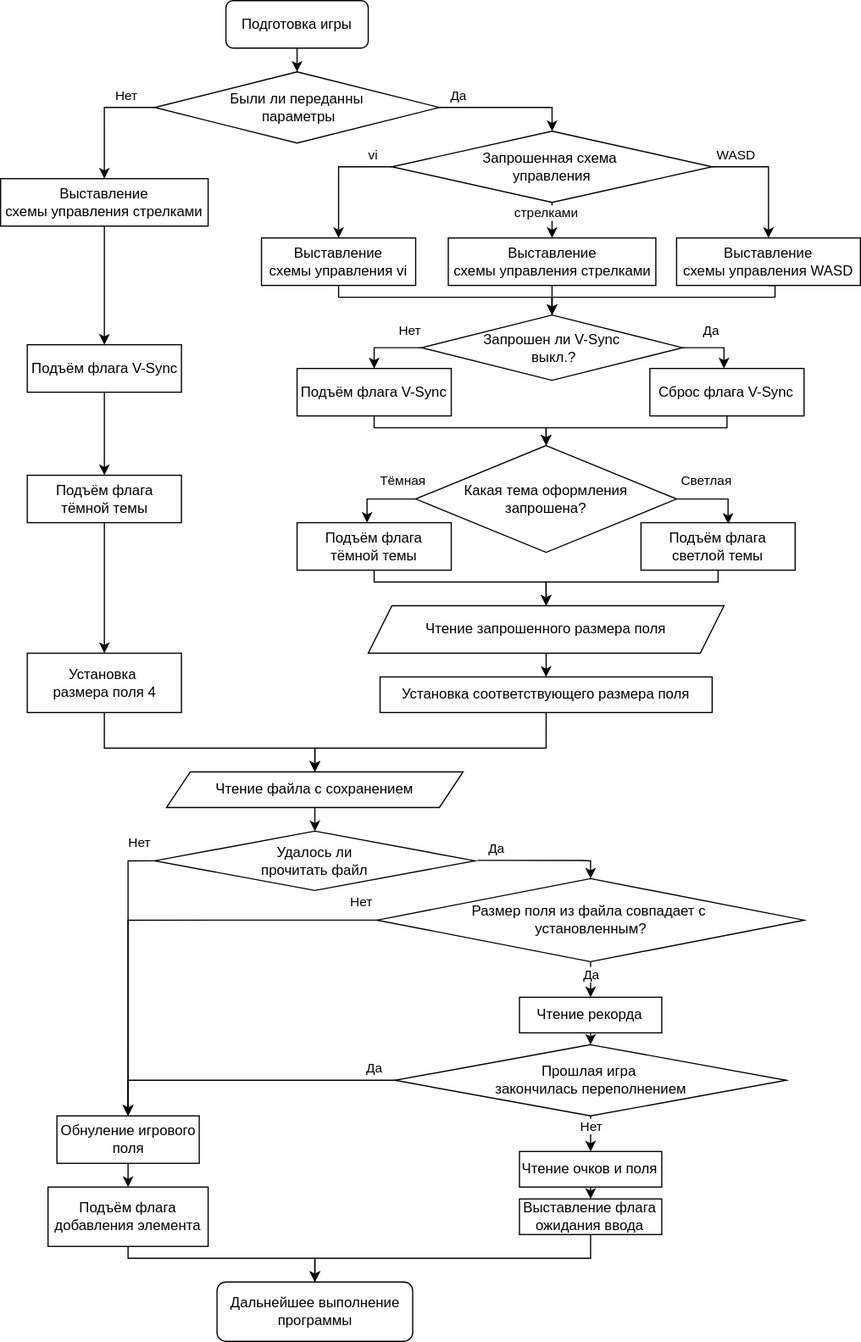
The draw.io diagram report/Установка параметров.drawio.svg in zhigunovsemyon/2048, before a commit. Source tidied: cells renumbered, new cells last; positions are measured from the earlier drawing's top-left corner, leaving out a move shared by most shapes.
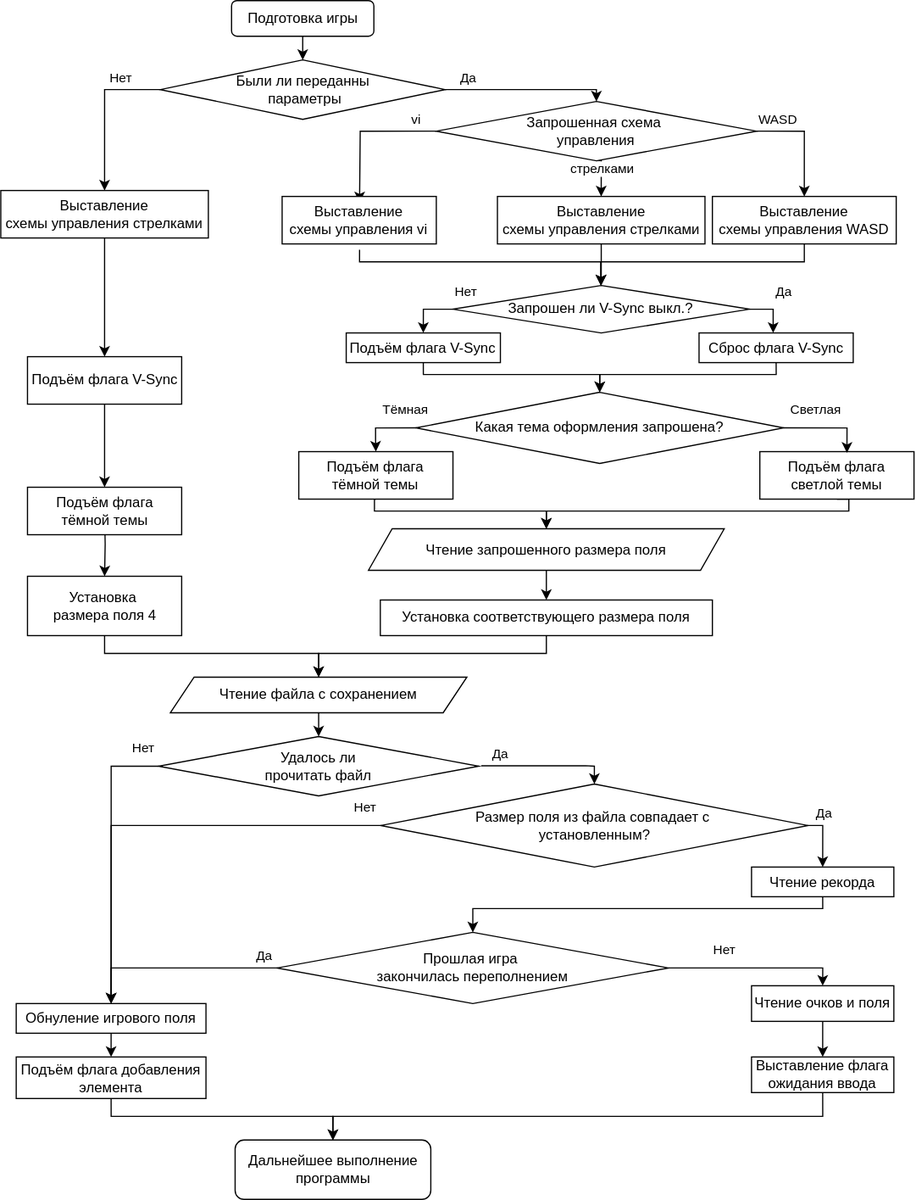
The same file after the commit.

Commit message:
Сжал схему с параметрами игры

What changed in the source:
```diff
@@ -8,9 +8,11 @@
     <mxCell id="3" value="Подготовка игры" style="rounded=1;whiteSpace=wrap;html=1;" parent="1" vertex="1">
-      <mxGeometry x="190" width="120" height="40" as="geometry" />
+      <mxGeometry x="194.6" y="-10" width="120" height="30" as="geometry" />
     </mxCell>
     <mxCell id="4" value="Дальнейшее выполнение программы" style="rounded=1;whiteSpace=wrap;html=1;" parent="1" vertex="1">
-      <mxGeometry x="182.5" y="1080" width="165" height="50" as="geometry" />
+      <mxGeometry x="197.6" y="950" width="165" height="50" as="geometry" />
     </mxCell>
-    <mxCell id="5" style="edgeStyle=orthogonalEdgeStyle;rounded=0;jettySize=auto;html=1;exitX=0;exitY=0.5;exitDx=0;exitDy=0;entryX=0.5;entryY=0;entryDx=0;entryDy=0;" parent="1" edge="1" source="11" target="13">
-      <mxGeometry relative="1" as="geometry" />
+    <mxCell id="5" style="edgeStyle=orthogonalEdgeStyle;rounded=0;jettySize=auto;html=1;exitX=0;exitY=0.5;exitDx=0;exitDy=0;entryX=0.5;entryY=0;entryDx=0;entryDy=0;" parent="1" edge="1" source="11">
+      <mxGeometry relative="1" as="geometry">
+        <mxPoint x="302.5" y="160" as="targetPoint" />
+      </mxGeometry>
     </mxCell>
@@ -29,6 +31,4 @@
     </mxCell>
-    <mxCell id="9" style="edgeStyle=orthogonalEdgeStyle;rounded=0;jettySize=auto;html=1;exitX=0.5;exitY=1;exitDx=0;exitDy=0;" parent="1" edge="1" source="11">
-      <mxGeometry relative="1" as="geometry">
-        <mxPoint x="465" y="200" as="targetPoint" />
-      </mxGeometry>
+    <mxCell id="9" style="edgeStyle=orthogonalEdgeStyle;rounded=0;jettySize=auto;html=1;exitX=0.5;exitY=1;exitDx=0;exitDy=0;entryX=0.5;entryY=0;entryDx=0;entryDy=0;" parent="1" edge="1" source="11" target="46">
+      <mxGeometry relative="1" as="geometry" />
     </mxCell>
@@ -36,3 +36,3 @@
       <mxGeometry x="-0.4" y="-2" relative="1" as="geometry">
-        <mxPoint x="-3" as="offset" />
+        <mxPoint x="2" as="offset" />
       </mxGeometry>
@@ -40,9 +40,11 @@
     <mxCell id="11" value="&lt;div&gt;Запрошенная схема&amp;nbsp;&lt;/div&gt;&lt;div&gt;управления&lt;/div&gt;" style="rhombus;whiteSpace=wrap;html=1;" parent="1" vertex="1">
-      <mxGeometry x="330" y="110" width="270" height="60" as="geometry" />
+      <mxGeometry x="367.2" y="75" width="270" height="50" as="geometry" />
     </mxCell>
-    <mxCell id="12" style="edgeStyle=orthogonalEdgeStyle;rounded=0;jettySize=auto;html=1;exitX=0.5;exitY=1;exitDx=0;exitDy=0;entryX=0.5;entryY=0;entryDx=0;entryDy=0;" parent="1" edge="1" source="13" target="22">
+    <mxCell id="12" style="edgeStyle=orthogonalEdgeStyle;rounded=0;jettySize=auto;html=1;exitX=0.5;exitY=1;exitDx=0;exitDy=0;entryX=0.5;entryY=0;entryDx=0;entryDy=0;" parent="1" edge="1" target="22">
       <mxGeometry relative="1" as="geometry">
+        <mxPoint x="302.5" y="200" as="sourcePoint" />
         <Array as="points">
-          <mxPoint x="285" y="250" />
-          <mxPoint x="465" y="250" />
+          <mxPoint x="303" y="210" />
+          <mxPoint x="506" y="210" />
+          <mxPoint x="506" y="230" />
         </Array>
@@ -51,3 +53,3 @@
     <mxCell id="13" value="&lt;div&gt;Выставление&lt;/div&gt;&lt;div&gt;схемы управления vi&lt;br&gt;&lt;/div&gt;" style="rounded=0;whiteSpace=wrap;html=1;" parent="1" vertex="1">
-      <mxGeometry x="220" y="200" width="130" height="40" as="geometry" />
+      <mxGeometry x="237.2" y="155" width="130" height="40" as="geometry" />
     </mxCell>
@@ -56,4 +58,4 @@
         <Array as="points">
-          <mxPoint x="465" y="290" />
-          <mxPoint x="465" y="290" />
+          <mxPoint x="506" y="200" />
+          <mxPoint x="506" y="200" />
         </Array>
@@ -61,8 +63,8 @@
     </mxCell>
-    <mxCell id="15" style="edgeStyle=orthogonalEdgeStyle;rounded=0;jettySize=auto;html=1;exitX=0.5;exitY=1;exitDx=0;exitDy=0;" parent="1" edge="1" source="16" target="22">
+    <mxCell id="15" style="edgeStyle=orthogonalEdgeStyle;rounded=0;jettySize=auto;html=1;exitX=0.5;exitY=1;exitDx=0;exitDy=0;entryX=0.5;entryY=0;entryDx=0;entryDy=0;" parent="1" edge="1" source="16" target="22">
       <mxGeometry relative="1" as="geometry">
         <Array as="points">
-          <mxPoint x="653" y="240" />
-          <mxPoint x="653" y="250" />
-          <mxPoint x="465" y="250" />
+          <mxPoint x="678" y="210" />
+          <mxPoint x="506" y="210" />
+          <mxPoint x="506" y="230" />
         </Array>
@@ -71,6 +73,10 @@
     <mxCell id="16" value="&lt;div&gt;Выставление&lt;/div&gt;&lt;div&gt;схемы управления WASD&lt;br&gt;&lt;/div&gt;" style="rounded=0;whiteSpace=wrap;html=1;" parent="1" vertex="1">
-      <mxGeometry x="570" y="200" width="155" height="40" as="geometry" />
+      <mxGeometry x="600" y="155" width="155" height="40" as="geometry" />
     </mxCell>
     <mxCell id="17" style="edgeStyle=orthogonalEdgeStyle;rounded=0;jettySize=auto;html=1;exitX=1;exitY=0.5;exitDx=0;exitDy=0;entryX=0.5;entryY=0;entryDx=0;entryDy=0;" parent="1" edge="1" source="21" target="11">
-      <mxGeometry relative="1" as="geometry" />
+      <mxGeometry relative="1" as="geometry">
+        <Array as="points">
+          <mxPoint x="502" y="65" />
+        </Array>
+      </mxGeometry>
     </mxCell>
@@ -90,6 +96,6 @@
     <mxCell id="21" value="&lt;div&gt;Были ли переданны&lt;/div&gt;&lt;div&gt;&amp;nbsp;параметры&lt;/div&gt;" style="rhombus;whiteSpace=wrap;html=1;" parent="1" vertex="1">
-      <mxGeometry x="130" y="60" width="240" height="60" as="geometry" />
+      <mxGeometry x="134.6" y="40" width="240" height="50" as="geometry" />
     </mxCell>
-    <mxCell id="22" value="&lt;div&gt;Запрошен ли V-Sync&lt;br&gt;&lt;/div&gt;&amp;nbsp;выкл.?" style="rhombus;whiteSpace=wrap;html=1;" parent="1" vertex="1">
-      <mxGeometry x="355" y="265" width="220" height="55" as="geometry" />
+    <mxCell id="22" value="&lt;div&gt;Запрошен ли V-Sync&lt;span style=&quot;background-color: initial;&quot;&gt;&amp;nbsp;выкл.?&lt;/span&gt;&lt;/div&gt;" style="rhombus;whiteSpace=wrap;html=1;" parent="1" vertex="1">
+      <mxGeometry x="381.2" y="230" width="250" height="40" as="geometry" />
     </mxCell>
@@ -98,4 +104,4 @@
         <Array as="points">
-          <mxPoint x="315" y="360" />
-          <mxPoint x="460" y="360" />
+          <mxPoint x="356" y="305" />
+          <mxPoint x="505" y="305" />
         </Array>
@@ -104,3 +110,3 @@
     <mxCell id="24" value="Подъём флага V-Sync" style="rounded=0;whiteSpace=wrap;html=1;" parent="1" vertex="1">
-      <mxGeometry x="250" y="310" width="130" height="40" as="geometry" />
+      <mxGeometry x="291.2" y="270" width="130" height="25" as="geometry" />
     </mxCell>
@@ -109,4 +115,4 @@
         <Array as="points">
-          <mxPoint x="613" y="360" />
-          <mxPoint x="460" y="360" />
+          <mxPoint x="654" y="305" />
+          <mxPoint x="505" y="305" />
         </Array>
@@ -115,3 +121,3 @@
     <mxCell id="26" value="Сброс флага V-Sync" style="rounded=0;whiteSpace=wrap;html=1;" parent="1" vertex="1">
-      <mxGeometry x="547.5" y="310" width="130" height="40" as="geometry" />
+      <mxGeometry x="588.8" y="270" width="130" height="25" as="geometry" />
     </mxCell>
@@ -120,3 +126,3 @@
         <Array as="points">
-          <mxPoint x="315" y="292" />
+          <mxPoint x="356.2" y="250" />
         </Array>
@@ -126,3 +132,3 @@
       <mxGeometry x="-0.64" y="-3" relative="1" as="geometry">
-        <mxPoint y="-12" as="offset" />
+        <mxPoint x="19" y="-12" as="offset" />
       </mxGeometry>
@@ -132,3 +138,3 @@
         <Array as="points">
-          <mxPoint x="610" y="292" />
+          <mxPoint x="651.2" y="250" />
         </Array>
@@ -138,7 +144,7 @@
       <mxGeometry x="-0.69" y="3" relative="1" as="geometry">
-        <mxPoint x="15" y="-12" as="offset" />
+        <mxPoint x="23" y="-12" as="offset" />
       </mxGeometry>
     </mxCell>
-    <mxCell id="31" value="&lt;div&gt;Какая тема оформления&lt;/div&gt;&lt;div&gt;запрошена?&lt;br&gt;&lt;/div&gt;" style="rhombus;whiteSpace=wrap;html=1;" parent="1" vertex="1">
-      <mxGeometry x="350" y="375" width="220" height="90" as="geometry" />
+    <mxCell id="31" value="&lt;div&gt;Какая тема оформления&amp;nbsp;&lt;span style=&quot;background-color: initial;&quot;&gt;запрошена?&lt;/span&gt;&lt;/div&gt;" style="rhombus;whiteSpace=wrap;html=1;" parent="1" vertex="1">
+      <mxGeometry x="350" y="320" width="310" height="60" as="geometry" />
     </mxCell>
@@ -147,4 +153,5 @@
         <Array as="points">
-          <mxPoint x="315" y="490" />
-          <mxPoint x="460" y="490" />
+          <mxPoint x="315" y="410" />
+          <mxPoint x="315" y="420" />
+          <mxPoint x="460" y="420" />
         </Array>
@@ -153,3 +160,3 @@
     <mxCell id="33" value="&lt;div&gt;Подъём флага&lt;/div&gt;&lt;div&gt;тёмной темы&lt;br&gt;&lt;/div&gt;" style="rounded=0;whiteSpace=wrap;html=1;" parent="1" vertex="1">
-      <mxGeometry x="250" y="440" width="130" height="40" as="geometry" />
+      <mxGeometry x="251.2" y="370" width="130" height="40" as="geometry" />
     </mxCell>
@@ -158,4 +165,5 @@
         <Array as="points">
-          <mxPoint x="605" y="490" />
-          <mxPoint x="460" y="490" />
+          <mxPoint x="715" y="410" />
+          <mxPoint x="715" y="420" />
+          <mxPoint x="460" y="420" />
         </Array>
@@ -164,8 +172,9 @@
     <mxCell id="35" value="&lt;div&gt;Подъём флага&lt;/div&gt;&lt;div&gt;светлой темы&lt;br&gt;&lt;/div&gt;" style="rounded=0;whiteSpace=wrap;html=1;" parent="1" vertex="1">
-      <mxGeometry x="540" y="440" width="130" height="40" as="geometry" />
+      <mxGeometry x="640" y="370" width="130" height="40" as="geometry" />
     </mxCell>
-    <mxCell id="36" style="edgeStyle=orthogonalEdgeStyle;rounded=0;jettySize=auto;html=1;exitX=0;exitY=0.5;exitDx=0;exitDy=0;entryX=0.454;entryY=0;entryDx=0;entryDy=0;entryPerimeter=0;" parent="1" edge="1" source="31" target="33">
+    <mxCell id="36" style="edgeStyle=orthogonalEdgeStyle;rounded=0;jettySize=auto;html=1;exitX=0;exitY=0.5;exitDx=0;exitDy=0;entryX=0.5;entryY=0;entryDx=0;entryDy=0;" parent="1" edge="1" source="31" target="33">
       <mxGeometry relative="1" as="geometry">
         <Array as="points">
-          <mxPoint x="309" y="420" />
+          <mxPoint x="316" y="350" />
+          <mxPoint x="316" y="360" />
         </Array>
@@ -190,9 +199,9 @@
     <mxCell id="41" value="Чтение запрошенного размера поля" style="shape=parallelogram;perimeter=parallelogramPerimeter;whiteSpace=wrap;html=1;fixedSize=1;" parent="1" vertex="1">
-      <mxGeometry x="310" y="510" width="300" height="40" as="geometry" />
+      <mxGeometry x="310" y="435" width="300" height="35" as="geometry" />
     </mxCell>
-    <mxCell id="42" style="edgeStyle=orthogonalEdgeStyle;rounded=0;jettySize=auto;html=1;exitX=0.5;exitY=1;exitDx=0;exitDy=0;" parent="1" edge="1" source="43" target="45">
+    <mxCell id="42" style="edgeStyle=orthogonalEdgeStyle;rounded=0;jettySize=auto;html=1;exitX=0.5;exitY=1;exitDx=0;exitDy=0;entryX=0.5;entryY=0;entryDx=0;entryDy=0;" parent="1" edge="1" source="43" target="45">
       <mxGeometry relative="1" as="geometry">
         <Array as="points">
-          <mxPoint x="460" y="630" />
-          <mxPoint x="265" y="630" />
+          <mxPoint x="460" y="540" />
+          <mxPoint x="268" y="540" />
         </Array>
@@ -201,3 +210,3 @@
     <mxCell id="43" value="Установка соответствующего размера поля" style="rounded=0;whiteSpace=wrap;html=1;" parent="1" vertex="1">
-      <mxGeometry x="320" y="570" width="280" height="30" as="geometry" />
+      <mxGeometry x="320" y="495" width="280" height="30" as="geometry" />
     </mxCell>
@@ -207,6 +216,6 @@
     <mxCell id="45" value="&lt;div&gt;Чтение файла с сохранением&lt;br&gt;&lt;/div&gt;" style="shape=parallelogram;perimeter=parallelogramPerimeter;whiteSpace=wrap;html=1;fixedSize=1;" parent="1" vertex="1">
-      <mxGeometry x="140" y="650" width="250" height="30" as="geometry" />
+      <mxGeometry x="143" y="560" width="250" height="30" as="geometry" />
     </mxCell>
     <mxCell id="46" value="&lt;div&gt;Выставление&lt;/div&gt;&lt;div&gt;схемы управления стрелками&lt;br&gt;&lt;/div&gt;" style="rounded=0;whiteSpace=wrap;html=1;" parent="1" vertex="1">
-      <mxGeometry x="377.5" y="200" width="175" height="40" as="geometry" />
+      <mxGeometry x="418.8" y="155" width="175" height="40" as="geometry" />
     </mxCell>
@@ -224,4 +233,6 @@
     </mxCell>
-    <mxCell id="51" style="edgeStyle=orthogonalEdgeStyle;rounded=0;jettySize=auto;html=1;exitX=0.5;exitY=1;exitDx=0;exitDy=0;entryX=0.5;entryY=0;entryDx=0;entryDy=0;" parent="1" edge="1" source="52" target="54">
-      <mxGeometry relative="1" as="geometry" />
+    <mxCell id="51" style="edgeStyle=orthogonalEdgeStyle;rounded=0;jettySize=auto;html=1;exitX=0.5;exitY=1;exitDx=0;exitDy=0;entryX=0.5;entryY=0;entryDx=0;entryDy=0;" parent="1" edge="1" target="54">
+      <mxGeometry relative="1" as="geometry">
+        <mxPoint x="87.5" y="420" as="sourcePoint" />
+      </mxGeometry>
     </mxCell>
@@ -233,4 +244,4 @@
         <Array as="points">
-          <mxPoint x="87" y="630" />
-          <mxPoint x="265" y="630" />
+          <mxPoint x="87" y="540" />
+          <mxPoint x="268" y="540" />
         </Array>
@@ -239,3 +250,3 @@
     <mxCell id="54" value="&lt;div&gt;Установка&amp;nbsp;&lt;/div&gt;&lt;div&gt;размера поля 4&lt;/div&gt;" style="rounded=0;whiteSpace=wrap;html=1;" parent="1" vertex="1">
-      <mxGeometry x="22.5" y="550" width="130" height="50" as="geometry" />
+      <mxGeometry x="22.5" y="475" width="130" height="50" as="geometry" />
     </mxCell>
@@ -245,3 +256,3 @@
     <mxCell id="56" value="Обнуление игрового поля" style="rounded=0;whiteSpace=wrap;html=1;" parent="1" vertex="1">
-      <mxGeometry x="47.5" y="940" width="120" height="40" as="geometry" />
+      <mxGeometry x="13" y="835" width="160" height="25" as="geometry" />
     </mxCell>
@@ -250,4 +261,4 @@
         <Array as="points">
-          <mxPoint x="490" y="725" />
-          <mxPoint x="498" y="725" />
+          <mxPoint x="493" y="635" />
+          <mxPoint x="501" y="635" />
         </Array>
@@ -269,5 +280,5 @@
     <mxCell id="61" value="&lt;div&gt;Удалось ли &lt;br&gt;&lt;/div&gt;&lt;div&gt;прочитать файл&lt;br&gt;&lt;/div&gt;" style="rhombus;whiteSpace=wrap;html=1;" parent="1" vertex="1">
-      <mxGeometry x="130" y="700" width="270" height="50" as="geometry" />
+      <mxGeometry x="133" y="610" width="270" height="50" as="geometry" />
     </mxCell>
-    <mxCell id="62" style="edgeStyle=orthogonalEdgeStyle;rounded=0;jettySize=auto;html=1;exitX=0.5;exitY=1;exitDx=0;exitDy=0;entryX=0.5;entryY=0;entryDx=0;entryDy=0;" parent="1" edge="1" source="66" target="75">
+    <mxCell id="62" style="edgeStyle=orthogonalEdgeStyle;rounded=0;jettySize=auto;html=1;exitX=1;exitY=0.5;exitDx=0;exitDy=0;entryX=0.5;entryY=0;entryDx=0;entryDy=0;" parent="1" edge="1" source="66" target="75">
       <mxGeometry relative="1" as="geometry" />
@@ -275,3 +286,5 @@
     <mxCell id="63" value="Да" style="edgeLabel;html=1;align=center;verticalAlign=middle;" parent="62" vertex="1">
-      <mxGeometry x="-0.31" relative="1" as="geometry" />
+      <mxGeometry x="-0.31" relative="1" as="geometry">
+        <mxPoint y="-14" as="offset" />
+      </mxGeometry>
     </mxCell>
@@ -286,9 +299,10 @@
     <mxCell id="66" value="&lt;div&gt;Размер поля из файла совпадает с&amp;nbsp;&lt;/div&gt;&lt;div&gt;установленным?&lt;/div&gt;" style="rhombus;whiteSpace=wrap;html=1;" parent="1" vertex="1">
-      <mxGeometry x="317.5" y="740" width="360" height="70" as="geometry" />
+      <mxGeometry x="320.5" y="650" width="360" height="70" as="geometry" />
     </mxCell>
-    <mxCell id="67" style="edgeStyle=orthogonalEdgeStyle;rounded=0;jettySize=auto;html=1;exitX=0.5;exitY=1;exitDx=0;exitDy=0;" parent="1" edge="1" source="68" target="4">
+    <mxCell id="67" style="edgeStyle=orthogonalEdgeStyle;rounded=0;jettySize=auto;html=1;exitX=0.5;exitY=1;exitDx=0;exitDy=0;entryX=0.5;entryY=0;entryDx=0;entryDy=0;" parent="1" edge="1" source="68" target="4">
       <mxGeometry relative="1" as="geometry">
         <Array as="points">
-          <mxPoint x="108" y="1060" />
-          <mxPoint x="265" y="1060" />
+          <mxPoint x="96" y="930" />
+          <mxPoint x="280" y="930" />
+          <mxPoint x="280" y="950" />
         </Array>
@@ -297,9 +311,15 @@
     <mxCell id="68" value="Подъём флага добавления элемента" style="rounded=0;whiteSpace=wrap;html=1;" parent="1" vertex="1">
-      <mxGeometry x="40" y="1000" width="135" height="50" as="geometry" />
+      <mxGeometry x="13" y="880" width="160" height="35" as="geometry" />
     </mxCell>
-    <mxCell id="69" style="edgeStyle=orthogonalEdgeStyle;rounded=0;jettySize=auto;html=1;exitX=0.5;exitY=1;exitDx=0;exitDy=0;entryX=0.5;entryY=0;entryDx=0;entryDy=0;" parent="1" edge="1" source="73" target="79">
-      <mxGeometry relative="1" as="geometry" />
+    <mxCell id="69" style="edgeStyle=orthogonalEdgeStyle;rounded=0;jettySize=auto;html=1;exitX=1;exitY=0.5;exitDx=0;exitDy=0;entryX=0.5;entryY=0;entryDx=0;entryDy=0;" parent="1" edge="1" source="73" target="79">
+      <mxGeometry relative="1" as="geometry">
+        <Array as="points">
+          <mxPoint x="693" y="805" />
+        </Array>
+      </mxGeometry>
     </mxCell>
     <mxCell id="70" value="Нет" style="edgeLabel;html=1;align=center;verticalAlign=middle;" parent="69" vertex="1">
-      <mxGeometry x="-0.39" relative="1" as="geometry" />
+      <mxGeometry x="-0.39" relative="1" as="geometry">
+        <mxPoint x="2" y="-15" as="offset" />
+      </mxGeometry>
     </mxCell>
@@ -314,9 +334,14 @@
     <mxCell id="73" value="&lt;div&gt;Прошлая игра&amp;nbsp;&lt;/div&gt;&lt;div&gt;закончилась переполнением&lt;/div&gt;" style="rhombus;whiteSpace=wrap;html=1;" parent="1" vertex="1">
-      <mxGeometry x="332.5" y="880" width="330" height="60" as="geometry" />
+      <mxGeometry x="233" y="775" width="330" height="60" as="geometry" />
     </mxCell>
     <mxCell id="74" style="edgeStyle=orthogonalEdgeStyle;rounded=0;jettySize=auto;html=1;exitX=0.5;exitY=1;exitDx=0;exitDy=0;entryX=0.5;entryY=0;entryDx=0;entryDy=0;" parent="1" edge="1" source="75" target="73">
-      <mxGeometry relative="1" as="geometry" />
+      <mxGeometry relative="1" as="geometry">
+        <Array as="points">
+          <mxPoint x="693" y="755" />
+          <mxPoint x="398" y="755" />
+        </Array>
+      </mxGeometry>
     </mxCell>
     <mxCell id="75" value="Чтение рекорда" style="rounded=0;whiteSpace=wrap;html=1;" parent="1" vertex="1">
-      <mxGeometry x="437.5" y="840" width="120" height="30" as="geometry" />
+      <mxGeometry x="633" y="720" width="120" height="25" as="geometry" />
     </mxCell>
@@ -325,4 +350,5 @@
         <Array as="points">
-          <mxPoint x="498" y="1060" />
-          <mxPoint x="265" y="1060" />
+          <mxPoint x="693" y="930" />
+          <mxPoint x="280" y="930" />
+          <mxPoint x="280" y="950" />
         </Array>
@@ -331,3 +357,3 @@
     <mxCell id="77" value="&lt;div&gt;Выставление флага &lt;br&gt;&lt;/div&gt;&lt;div&gt;ожидания ввода&lt;br&gt;&lt;/div&gt;" style="rounded=0;whiteSpace=wrap;html=1;" parent="1" vertex="1">
-      <mxGeometry x="437.5" y="1010" width="120" height="30" as="geometry" />
+      <mxGeometry x="633" y="880" width="120" height="30" as="geometry" />
     </mxCell>
@@ -337,3 +363,3 @@
     <mxCell id="79" value="Чтение очков и поля" style="rounded=0;whiteSpace=wrap;html=1;" parent="1" vertex="1">
-      <mxGeometry x="437.5" y="970" width="120" height="30" as="geometry" />
+      <mxGeometry x="633" y="820" width="120" height="30" as="geometry" />
     </mxCell>
```
